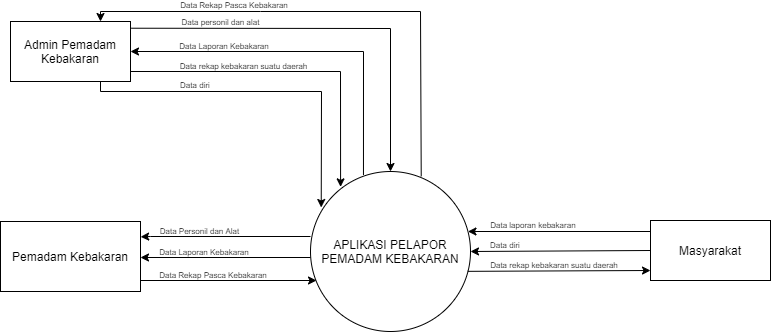
Earlier version of the draw.io export Data Flow Diagram (DFD)/Diagram Konteks.png (inoyamanaka/MDPL). Source tidied: cells renumbered, new cells last; positions are measured from the earlier drawing's top-left corner, leaving out a move shared by most shapes.
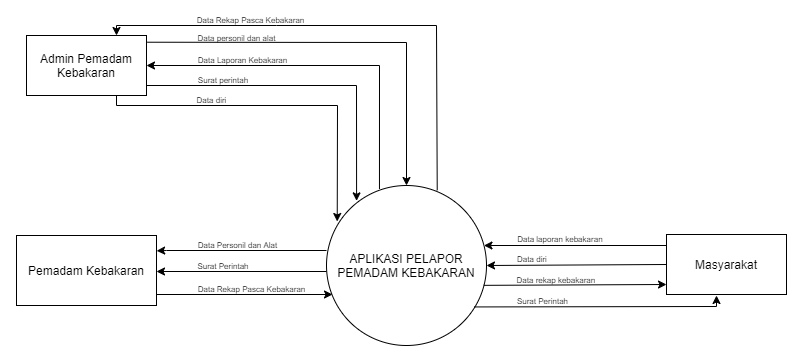
The same diagram one commit later.

The edit, as a diff of the source:
```diff
@@ -1,125 +1,142 @@
 <mxGraphModel>
   <root>
-    <mxCell id="0" />
-    <mxCell id="1" parent="0" />
-    <mxCell id="2" style="edgeStyle=orthogonalEdgeStyle;rounded=0;jettySize=auto;html=1;exitX=0.331;exitY=0.022;exitDx=0;exitDy=0;exitPerimeter=0;entryX=1;entryY=0.5;entryDx=0;entryDy=0;" parent="1" edge="1" source="3" target="18">
-      <mxGeometry relative="1" as="geometry">
-        <Array as="points">
-          <mxPoint x="363" y="51" />
-        </Array>
-      </mxGeometry>
-    </mxCell>
+    <mxCell id="28" />
+    <mxCell id="29" parent="28" />
+    <mxCell id="30" style="verticalLabelPosition=bottom;verticalAlign=top;html=1;shape=mxgraph.flowchart.on-page_reference;fontSize=13;strokeWidth=1;" parent="29" vertex="1">
+      <mxGeometry x="910" y="361" width="60" height="60" as="geometry" />
+    </mxCell>
+    <mxCell id="31" style="verticalLabelPosition=bottom;verticalAlign=top;html=1;shape=mxgraph.flowchart.on-page_reference;fontSize=13;strokeWidth=1;" parent="29" vertex="1">
+      <mxGeometry x="-213" y="-89" width="60" height="60" as="geometry" />
+    </mxCell>
+    <mxCell id="32" style="edgeStyle=orthogonalEdgeStyle;rounded=0;jettySize=auto;html=1;exitX=0.331;exitY=0.022;exitDx=0;exitDy=0;exitPerimeter=0;entryX=1;entryY=0.5;entryDx=0;entryDy=0;" parent="29" edge="1" source="3" target="18">
+      <mxGeometry relative="1" as="geometry">
+        <Array as="points">
+          <mxPoint x="363" y="51" />
+        </Array>
+      </mxGeometry>
+    </mxCell>
-    <mxCell id="3" value="APLIKASI PELAPOR PEMADAM KEBAKARAN" style="ellipse;whiteSpace=wrap;html=1;" parent="1" vertex="1">
+    <mxCell id="3" value="APLIKASI PELAPOR PEMADAM KEBAKARAN" style="ellipse;whiteSpace=wrap;html=1;" parent="29" vertex="1">
       <mxGeometry x="310" y="171" width="160" height="160" as="geometry" />
     </mxCell>
-    <mxCell id="4" style="edgeStyle=orthogonalEdgeStyle;rounded=0;jettySize=auto;html=1;fontSize=8;startArrow=none;startFill=0;entryX=1.001;entryY=0.219;entryDx=0;entryDy=0;entryPerimeter=0;" parent="1" edge="1" target="5">
-      <mxGeometry relative="1" as="geometry">
-        <mxPoint x="310" y="236" as="sourcePoint" />
-        <Array as="points">
-          <mxPoint x="150" y="236" />
-        </Array>
-      </mxGeometry>
-    </mxCell>
+    <mxCell id="33" style="edgeStyle=orthogonalEdgeStyle;rounded=0;jettySize=auto;html=1;fontSize=8;startArrow=none;startFill=0;entryX=1.001;entryY=0.219;entryDx=0;entryDy=0;entryPerimeter=0;" parent="29" edge="1" target="5">
+      <mxGeometry relative="1" as="geometry">
+        <mxPoint x="310" y="236" as="sourcePoint" />
+        <Array as="points">
+          <mxPoint x="150" y="236" />
+        </Array>
+      </mxGeometry>
+    </mxCell>
-    <mxCell id="5" value="Pemadam Kebakaran" style="rounded=0;whiteSpace=wrap;html=1;" parent="1" vertex="1">
+    <mxCell id="5" value="Pemadam Kebakaran" style="rounded=0;whiteSpace=wrap;html=1;" parent="29" vertex="1">
       <mxGeometry y="221" width="140" height="70" as="geometry" />
     </mxCell>
-    <mxCell id="6" style="edgeStyle=orthogonalEdgeStyle;rounded=0;jettySize=auto;html=1;exitX=0;exitY=0.5;exitDx=0;exitDy=0;" parent="1" edge="1" source="7" target="3">
-      <mxGeometry relative="1" as="geometry">
-        <Array as="points">
-          <mxPoint x="650" y="231" />
-        </Array>
-      </mxGeometry>
-    </mxCell>
+    <mxCell id="34" style="edgeStyle=orthogonalEdgeStyle;rounded=0;jettySize=auto;html=1;exitX=0;exitY=0.5;exitDx=0;exitDy=0;" parent="29" edge="1" source="7" target="3">
+      <mxGeometry relative="1" as="geometry">
+        <Array as="points">
+          <mxPoint x="650" y="231" />
+        </Array>
+      </mxGeometry>
+    </mxCell>
-    <mxCell id="7" value="Masyarakat" style="rounded=0;whiteSpace=wrap;html=1;" parent="1" vertex="1">
+    <mxCell id="7" value="Masyarakat" style="rounded=0;whiteSpace=wrap;html=1;" parent="29" vertex="1">
       <mxGeometry x="650" y="220" width="120" height="60" as="geometry" />
     </mxCell>
-    <mxCell id="8" value="Data laporan kebakaran&amp;nbsp;" style="text;html=1;strokeColor=none;fillColor=none;align=center;verticalAlign=middle;whiteSpace=wrap;rounded=0;fontSize=8;" parent="1" vertex="1">
-      <mxGeometry x="484" y="220" width="100" height="10" as="geometry" />
+    <mxCell id="8" value="Data laporan kebakaran&amp;nbsp;" style="text;html=1;strokeColor=none;fillColor=none;align=center;verticalAlign=middle;whiteSpace=wrap;rounded=0;fontSize=8;" parent="29" vertex="1">
+      <mxGeometry x="495" y="220" width="100" height="10" as="geometry" />
     </mxCell>
-    <mxCell id="9" value="Data Laporan Kebakaran" style="text;html=1;strokeColor=none;fillColor=none;align=center;verticalAlign=middle;whiteSpace=wrap;rounded=0;fontSize=8;" parent="1" vertex="1">
-      <mxGeometry x="177.5" y="43.5" width="92.5" height="5" as="geometry" />
-    </mxCell>
-    <mxCell id="10" value="Data rekap kebakaran suatu daerah" style="text;html=1;strokeColor=none;fillColor=none;align=center;verticalAlign=middle;whiteSpace=wrap;rounded=0;fontSize=8;" parent="1" vertex="1">
-      <mxGeometry x="459" y="260" width="190" height="10" as="geometry" />
-    </mxCell>
-    <mxCell id="11" style="endArrow=classic;html=1;rounded=0;fontSize=8;" parent="1" edge="1">
-      <mxGeometry relative="1" as="geometry">
-        <mxPoint x="140" y="280" as="sourcePoint" />
-        <mxPoint x="316" y="280" as="targetPoint" />
-      </mxGeometry>
-    </mxCell>
-    <mxCell id="12" value="Data rekap kebakaran suatu daerah" style="text;html=1;strokeColor=none;fillColor=none;align=center;verticalAlign=middle;whiteSpace=wrap;rounded=0;fontSize=8;" parent="1" vertex="1">
-      <mxGeometry x="172" y="61" width="142.5" height="10" as="geometry" />
-    </mxCell>
-    <mxCell id="13" style="endArrow=classic;html=1;rounded=0;fontSize=8;exitX=0.983;exitY=0.624;exitDx=0;exitDy=0;exitPerimeter=0;" parent="1" edge="1" source="3">
-      <mxGeometry relative="1" as="geometry">
-        <mxPoint x="650" y="270" as="targetPoint" />
-      </mxGeometry>
-    </mxCell>
-    <mxCell id="14" style="endArrow=classic;html=1;rounded=0;fontSize=8;exitX=0;exitY=0.5;exitDx=0;exitDy=0;entryX=1;entryY=0.5;entryDx=0;entryDy=0;" parent="1" edge="1" source="7" target="3">
-      <mxGeometry relative="1" as="geometry" />
-    </mxCell>
-    <mxCell id="15" value="Data diri" style="text;html=1;strokeColor=none;fillColor=none;align=center;verticalAlign=middle;whiteSpace=wrap;rounded=0;fontSize=8;" parent="1" vertex="1">
-      <mxGeometry x="483" y="240" width="44" height="10" as="geometry" />
-    </mxCell>
-    <mxCell id="16" style="endArrow=classic;html=1;rounded=0;fontSize=11;entryX=1;entryY=0.25;entryDx=0;entryDy=0;startArrow=none;" parent="1" edge="1">
-      <mxGeometry relative="1" as="geometry">
-        <mxPoint x="310" y="257" as="sourcePoint" />
-        <mxPoint x="140" y="257" as="targetPoint" />
-      </mxGeometry>
-    </mxCell>
+    <mxCell id="35" value="Data Laporan Kebakaran" style="text;html=1;strokeColor=none;fillColor=none;align=center;verticalAlign=middle;whiteSpace=wrap;rounded=0;fontSize=8;" parent="29" vertex="1">
+      <mxGeometry x="179.5" y="42" width="92.5" height="8.5" as="geometry" />
+    </mxCell>
+    <mxCell id="36" value="Surat Perintah" style="text;html=1;strokeColor=none;fillColor=none;align=center;verticalAlign=middle;whiteSpace=wrap;rounded=0;fontSize=8;" parent="29" vertex="1">
+      <mxGeometry x="496" y="282" width="61" height="10" as="geometry" />
+    </mxCell>
+    <mxCell id="37" style="endArrow=classic;html=1;rounded=0;fontSize=8;" parent="29" edge="1">
+      <mxGeometry relative="1" as="geometry">
+        <mxPoint x="140" y="280" as="sourcePoint" />
+        <mxPoint x="316" y="280" as="targetPoint" />
+      </mxGeometry>
+    </mxCell>
+    <mxCell id="38" value="Surat perintah" style="text;html=1;strokeColor=none;fillColor=none;align=center;verticalAlign=middle;whiteSpace=wrap;rounded=0;fontSize=8;" parent="29" vertex="1">
+      <mxGeometry x="180" y="61" width="53.5" height="10" as="geometry" />
+    </mxCell>
+    <mxCell id="39" style="endArrow=classic;html=1;rounded=0;fontSize=8;exitX=0.983;exitY=0.624;exitDx=0;exitDy=0;exitPerimeter=0;" parent="29" edge="1" source="3">
+      <mxGeometry relative="1" as="geometry">
+        <mxPoint x="650" y="270" as="targetPoint" />
+      </mxGeometry>
+    </mxCell>
+    <mxCell id="40" style="endArrow=classic;html=1;rounded=0;fontSize=8;exitX=0;exitY=0.5;exitDx=0;exitDy=0;entryX=1;entryY=0.5;entryDx=0;entryDy=0;" parent="29" edge="1" source="7" target="3">
+      <mxGeometry relative="1" as="geometry" />
+    </mxCell>
+    <mxCell id="41" value="Data diri" style="text;html=1;strokeColor=none;fillColor=none;align=center;verticalAlign=middle;whiteSpace=wrap;rounded=0;fontSize=8;" parent="29" vertex="1">
+      <mxGeometry x="494" y="240" width="44" height="10" as="geometry" />
+    </mxCell>
+    <mxCell id="42" style="endArrow=classic;html=1;rounded=0;fontSize=11;entryX=1;entryY=0.25;entryDx=0;entryDy=0;startArrow=none;" parent="29" edge="1">
+      <mxGeometry relative="1" as="geometry">
+        <mxPoint x="310" y="257" as="sourcePoint" />
+        <mxPoint x="140" y="257" as="targetPoint" />
+      </mxGeometry>
+    </mxCell>
-    <mxCell id="17" value="&lt;font style=&quot;font-size: 8px&quot;&gt;Data Personil dan Alat&lt;/font&gt;" style="text;html=1;strokeColor=none;fillColor=none;align=center;verticalAlign=middle;whiteSpace=wrap;rounded=0;fontSize=11;" parent="1" vertex="1">
-      <mxGeometry x="154" y="225" width="91" height="10" as="geometry" />
+    <mxCell id="17" value="&lt;font style=&quot;font-size: 8px&quot;&gt;Data Personil dan Alat&lt;/font&gt;" style="text;html=1;strokeColor=none;fillColor=none;align=center;verticalAlign=middle;whiteSpace=wrap;rounded=0;fontSize=11;" parent="29" vertex="1">
+      <mxGeometry x="176" y="225" width="91" height="10" as="geometry" />
     </mxCell>
-    <mxCell id="18" value="Admin Pemadam Kebakaran" style="rounded=0;whiteSpace=wrap;html=1;" parent="1" vertex="1">
+    <mxCell id="18" value="Admin Pemadam Kebakaran" style="rounded=0;whiteSpace=wrap;html=1;" parent="29" vertex="1">
       <mxGeometry x="10" y="21" width="120" height="60" as="geometry" />
     </mxCell>
-    <mxCell id="19" style="endArrow=classic;html=1;rounded=0;exitX=1.007;exitY=0.112;exitDx=0;exitDy=0;entryX=0.5;entryY=0;entryDx=0;entryDy=0;exitPerimeter=0;" parent="1" edge="1" source="18" target="3">
-      <mxGeometry relative="1" as="geometry">
-        <Array as="points">
-          <mxPoint x="390" y="28" />
-        </Array>
-      </mxGeometry>
-    </mxCell>
+    <mxCell id="43" style="endArrow=classic;html=1;rounded=0;exitX=1.007;exitY=0.112;exitDx=0;exitDy=0;entryX=0.5;entryY=0;entryDx=0;entryDy=0;exitPerimeter=0;" parent="29" edge="1" source="18" target="3">
+      <mxGeometry relative="1" as="geometry">
+        <Array as="points">
+          <mxPoint x="390" y="28" />
+        </Array>
+      </mxGeometry>
+    </mxCell>
-    <mxCell id="20" value="&lt;font style=&quot;font-size: 8px&quot;&gt;Data personil dan alat&lt;/font&gt;" style="text;html=1;strokeColor=none;fillColor=none;align=center;verticalAlign=middle;whiteSpace=wrap;rounded=0;" parent="1" vertex="1">
-      <mxGeometry x="177.5" y="15" width="85" height="10" as="geometry" />
+    <mxCell id="20" value="&lt;font style=&quot;font-size: 8px&quot;&gt;Data personil dan alat&lt;/font&gt;" style="text;html=1;strokeColor=none;fillColor=none;align=center;verticalAlign=middle;whiteSpace=wrap;rounded=0;" parent="29" vertex="1">
+      <mxGeometry x="177.5" y="17" width="85" height="10" as="geometry" />
     </mxCell>
-    <mxCell id="21" style="endArrow=classic;html=1;rounded=0;fontSize=8;entryX=0.188;entryY=0.096;entryDx=0;entryDy=0;entryPerimeter=0;" parent="1" edge="1" target="3">
-      <mxGeometry relative="1" as="geometry">
-        <mxPoint x="130" y="71" as="sourcePoint" />
-        <Array as="points">
-          <mxPoint x="340" y="71" />
-        </Array>
-      </mxGeometry>
-    </mxCell>
-    <mxCell id="22" value="Data Laporan Kebakaran" style="text;html=1;strokeColor=none;fillColor=none;align=center;verticalAlign=middle;whiteSpace=wrap;rounded=0;fontSize=8;" parent="1" vertex="1">
-      <mxGeometry x="154" y="247" width="100" height="10" as="geometry" />
-    </mxCell>
-    <mxCell id="23" value="Data Rekap Pasca Kebakaran" style="text;html=1;strokeColor=none;fillColor=none;align=center;verticalAlign=middle;whiteSpace=wrap;rounded=0;fontSize=8;" parent="1" vertex="1">
-      <mxGeometry x="152" y="270" width="122.5" height="10" as="geometry" />
-    </mxCell>
-    <mxCell id="24" style="endArrow=classic;html=1;rounded=0;fontSize=8;entryX=0.75;entryY=0;entryDx=0;entryDy=0;exitX=0.692;exitY=0.03;exitDx=0;exitDy=0;exitPerimeter=0;" parent="1" edge="1" source="3" target="18">
-      <mxGeometry relative="1" as="geometry">
-        <Array as="points">
-          <mxPoint x="420" y="11" />
-          <mxPoint x="260" y="11" />
-          <mxPoint x="100" y="11" />
-        </Array>
-      </mxGeometry>
-    </mxCell>
-    <mxCell id="25" value="Data Rekap Pasca Kebakaran" style="text;html=1;strokeColor=none;fillColor=none;align=center;verticalAlign=middle;whiteSpace=wrap;rounded=0;fontSize=8;" parent="1" vertex="1">
-      <mxGeometry x="172.5" width="122.5" height="10" as="geometry" />
-    </mxCell>
-    <mxCell id="26" style="endArrow=classic;html=1;rounded=0;fontSize=8;exitX=0.75;exitY=1;exitDx=0;exitDy=0;entryX=0.067;entryY=0.225;entryDx=0;entryDy=0;entryPerimeter=0;" parent="1" edge="1" source="18" target="3">
-      <mxGeometry relative="1" as="geometry">
-        <Array as="points">
-          <mxPoint x="100" y="91" />
-          <mxPoint x="321" y="91" />
-        </Array>
-      </mxGeometry>
-    </mxCell>
-    <mxCell id="27" value="Data diri" style="text;html=1;strokeColor=none;fillColor=none;align=center;verticalAlign=middle;whiteSpace=wrap;rounded=0;fontSize=8;" parent="1" vertex="1">
-      <mxGeometry x="173" y="80" width="44" height="10" as="geometry" />
-    </mxCell>
+    <mxCell id="44" style="endArrow=classic;html=1;rounded=0;fontSize=8;entryX=0.188;entryY=0.096;entryDx=0;entryDy=0;entryPerimeter=0;" parent="29" edge="1" target="3">
+      <mxGeometry relative="1" as="geometry">
+        <mxPoint x="130" y="71" as="sourcePoint" />
+        <Array as="points">
+          <mxPoint x="340" y="71" />
+        </Array>
+      </mxGeometry>
+    </mxCell>
+    <mxCell id="45" value="Surat Perintah" style="text;html=1;strokeColor=none;fillColor=none;align=center;verticalAlign=middle;whiteSpace=wrap;rounded=0;fontSize=8;" parent="29" vertex="1">
+      <mxGeometry x="175" y="247" width="64" height="10" as="geometry" />
+    </mxCell>
+    <mxCell id="46" value="Data Rekap Pasca Kebakaran" style="text;html=1;strokeColor=none;fillColor=none;align=center;verticalAlign=middle;whiteSpace=wrap;rounded=0;fontSize=8;" parent="29" vertex="1">
+      <mxGeometry x="174" y="270" width="122.5" height="10" as="geometry" />
+    </mxCell>
+    <mxCell id="47" style="endArrow=classic;html=1;rounded=0;fontSize=8;entryX=0.75;entryY=0;entryDx=0;entryDy=0;exitX=0.692;exitY=0.03;exitDx=0;exitDy=0;exitPerimeter=0;" parent="29" edge="1" source="3" target="18">
+      <mxGeometry relative="1" as="geometry">
+        <Array as="points">
+          <mxPoint x="420" y="11" />
+          <mxPoint x="260" y="11" />
+          <mxPoint x="100" y="11" />
+        </Array>
+      </mxGeometry>
+    </mxCell>
+    <mxCell id="48" value="Data Rekap Pasca Kebakaran" style="text;html=1;strokeColor=none;fillColor=none;align=center;verticalAlign=middle;whiteSpace=wrap;rounded=0;fontSize=8;" parent="29" vertex="1">
+      <mxGeometry x="177" y="1" width="115" height="10" as="geometry" />
+    </mxCell>
+    <mxCell id="49" style="endArrow=classic;html=1;rounded=0;fontSize=8;exitX=0.75;exitY=1;exitDx=0;exitDy=0;entryX=0.067;entryY=0.225;entryDx=0;entryDy=0;entryPerimeter=0;" parent="29" edge="1" source="18" target="3">
+      <mxGeometry relative="1" as="geometry">
+        <Array as="points">
+          <mxPoint x="100" y="91" />
+          <mxPoint x="321" y="91" />
+        </Array>
+      </mxGeometry>
+    </mxCell>
+    <mxCell id="50" value="Data diri" style="text;html=1;strokeColor=none;fillColor=none;align=center;verticalAlign=middle;whiteSpace=wrap;rounded=0;fontSize=8;" parent="29" vertex="1">
+      <mxGeometry x="177" y="81" width="37" height="10" as="geometry" />
+    </mxCell>
+    <mxCell id="51" style="endArrow=classic;html=1;rounded=0;exitX=0.922;exitY=0.759;exitDx=0;exitDy=0;exitPerimeter=0;" parent="29" edge="1" source="3">
+      <mxGeometry relative="1" as="geometry">
+        <mxPoint x="700" y="281" as="targetPoint" />
+        <Array as="points">
+          <mxPoint x="700" y="292" />
+        </Array>
+      </mxGeometry>
+    </mxCell>
+    <mxCell id="52" value="Data rekap kebakaran&amp;nbsp;" style="text;html=1;strokeColor=none;fillColor=none;align=center;verticalAlign=middle;whiteSpace=wrap;rounded=0;fontSize=8;" parent="29" vertex="1">
+      <mxGeometry x="490.5" y="261" width="100" height="10" as="geometry" />
+    </mxCell>
   </root>
 </mxGraphModel>
```
